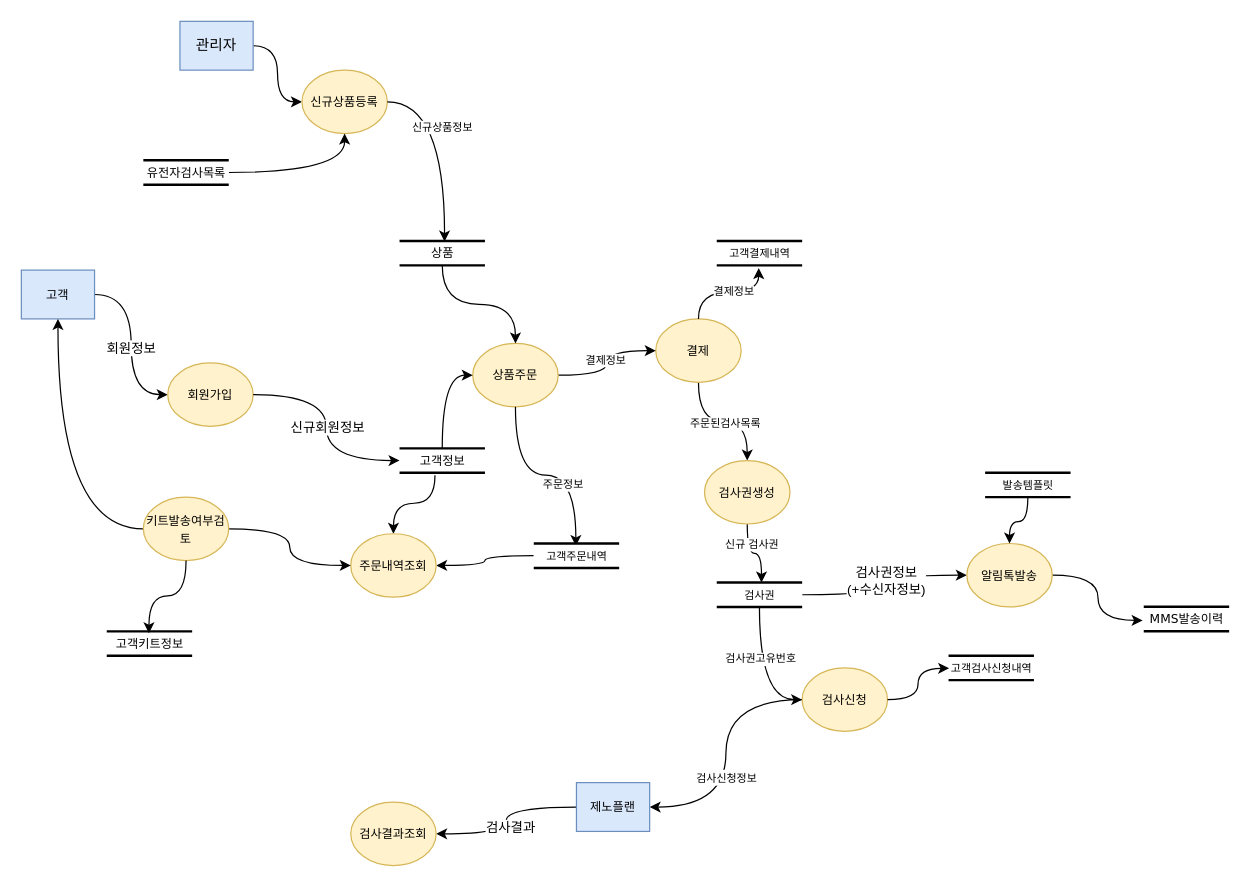
Above: DFD_제노플랜.drawio in k3srpn/Architecture (draw.io), before the change. Source tidied: cells renumbered, new cells numbered last; positions are measured from the earlier drawing's top-left corner, leaving out a move shared by most shapes. Both pictures are drawn from the tidied source at 122%, with x=0, y=0 at pixel (21, 21).
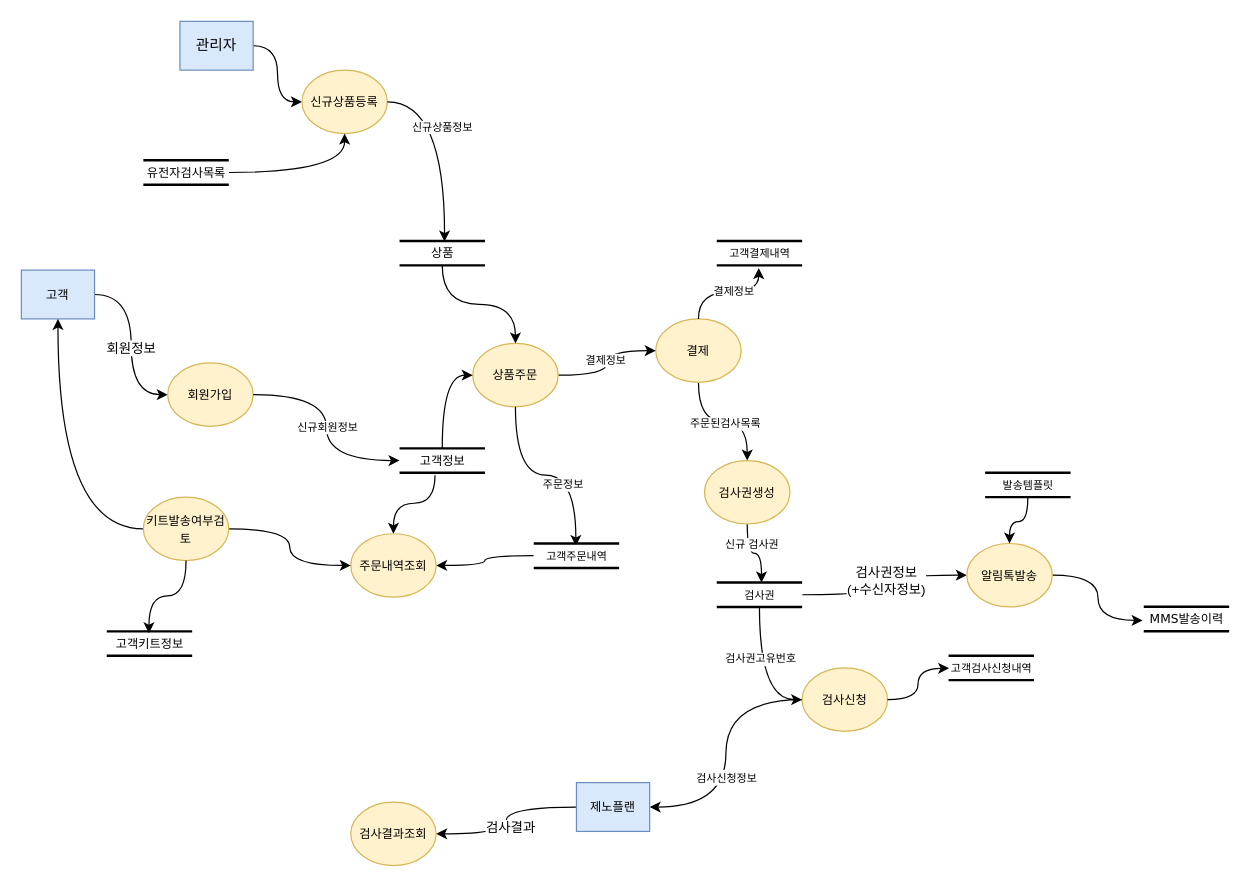
The same page after the edit.

Commit message:
폰트 사이즈 변경

Unchanged cells that the change refers to:
```xml
<mxCell id="52" style="edgeStyle=orthogonalEdgeStyle;rounded=0;jettySize=auto;html=1;entryX=0;entryY=0.499;entryDx=0;entryDy=0;entryPerimeter=0;curved=1;exitX=1;exitY=0.5;exitDx=0;exitDy=0;" parent="1" edge="1" source="48" target="51">
  <mxGeometry relative="1" as="geometry" />
</mxCell>
```

Change to the diagram source:
```diff
@@
-    <mxCell id="53" value="신규회원정보" style="edgeLabel;html=1;align=center;verticalAlign=middle;" parent="52" vertex="1">
+    <mxCell id="53" value="신규회원정보" style="edgeLabel;html=1;align=center;verticalAlign=middle;fontSize=9;" parent="52" vertex="1">
       <mxGeometry x="-0.32" y="-11" relative="1" as="geometry">
         <mxPoint x="1" y="15" as="offset" />
       </mxGeometry>
     </mxCell>
```
